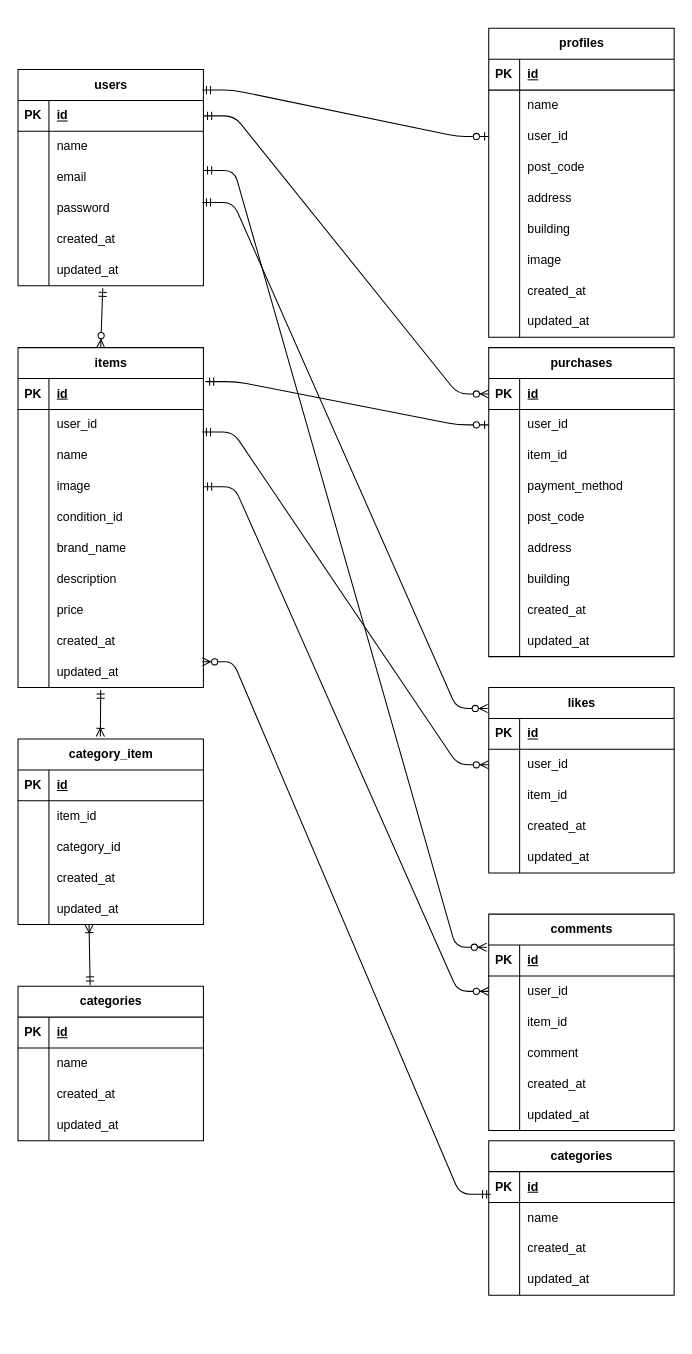
Earlier version of the draw.io diagram ER.dio (KenKen416/FreeMarketApp). Source tidied: cells renumbered, new cells numbered last; positions are measured from the earlier drawing's top-left corner, leaving out a move shared by most shapes. Both pictures are drawn from the tidied source at 103%, with x=0, y=0 at pixel (-215, 28).
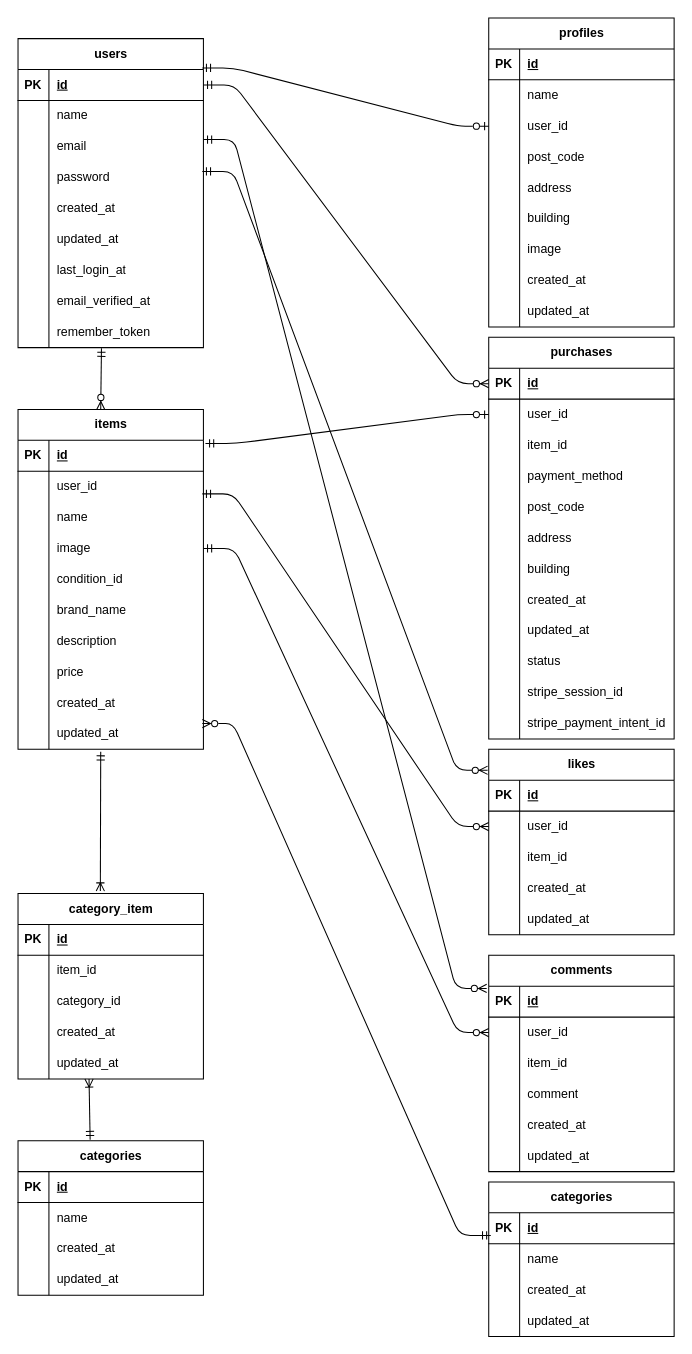
Above is the later version.

Unchanged cells that the change refers to:
```xml
<mxCell id="18" style="shape=tableRow;horizontal=0;startSize=0;swimlaneHead=0;swimlaneBody=0;fillColor=none;points=[[0,0.5],[1,0.5]];portConstraint=eastwest;top=0;left=0;right=0;bottom=0;" parent="2" vertex="1">
  <mxGeometry y="180" width="180" height="30" as="geometry" />
</mxCell>
```

The edit, as a diff of the source:
```diff
@@
     <mxCell id="2" value="users" style="shape=table;startSize=30;childLayout=tableLayout;rowLines=0;fontStyle=1;align=center;html=1;" parent="1" vertex="1">
-      <mxGeometry x="226" y="40" width="180" height="210" as="geometry" />
+      <mxGeometry x="226" y="10" width="180" height="300" as="geometry" />
     </mxCell>
@@
+    <mxCell id="196" style="shape=tableRow;horizontal=0;startSize=0;swimlaneHead=0;swimlaneBody=0;fillColor=none;top=0;left=0;right=0;bottom=0;" parent="2" vertex="1">
+      <mxGeometry y="210" width="180" height="30" as="geometry" />
+    </mxCell>
+    <mxCell id="197" style="shape=partialRectangle;fillColor=none;top=0;left=0;bottom=0;right=0;overflow=hidden;whiteSpace=wrap;html=1;" parent="196" vertex="1">
+      <mxGeometry width="30" height="30" as="geometry" />
+    </mxCell>
+    <mxCell id="198" value="last_login_at" style="shape=partialRectangle;fillColor=none;top=0;left=0;bottom=0;right=0;align=left;spacingLeft=6;overflow=hidden;whiteSpace=wrap;html=1;" parent="196" vertex="1">
+      <mxGeometry x="30" width="150" height="30" as="geometry" />
+    </mxCell>
+    <mxCell id="199" style="shape=tableRow;horizontal=0;startSize=0;swimlaneHead=0;swimlaneBody=0;fillColor=none;top=0;left=0;right=0;bottom=0;" parent="2" vertex="1">
+      <mxGeometry y="240" width="180" height="30" as="geometry" />
+    </mxCell>
+    <mxCell id="200" style="shape=partialRectangle;fillColor=none;top=0;left=0;bottom=0;right=0;overflow=hidden;whiteSpace=wrap;html=1;" parent="199" vertex="1">
+      <mxGeometry width="30" height="30" as="geometry" />
+    </mxCell>
+    <mxCell id="201" value="email_verified_at" style="shape=partialRectangle;fillColor=none;top=0;left=0;bottom=0;right=0;align=left;spacingLeft=6;overflow=hidden;whiteSpace=wrap;html=1;" parent="199" vertex="1">
+      <mxGeometry x="30" width="150" height="30" as="geometry" />
+    </mxCell>
+    <mxCell id="202" style="shape=tableRow;horizontal=0;startSize=0;swimlaneHead=0;swimlaneBody=0;fillColor=none;points=[[0,0.5],[1,0.5]];portConstraint=eastwest;top=0;left=0;right=0;bottom=0;" parent="2" vertex="1">
+      <mxGeometry y="270" width="180" height="30" as="geometry" />
+    </mxCell>
+    <mxCell id="203" style="shape=partialRectangle;fillColor=none;top=0;left=0;bottom=0;right=0;overflow=hidden;whiteSpace=wrap;html=1;" parent="202" vertex="1">
+      <mxGeometry width="30" height="30" as="geometry" />
+    </mxCell>
+    <mxCell id="204" value="remember_token" style="shape=partialRectangle;fillColor=none;top=0;left=0;bottom=0;right=0;align=left;spacingLeft=6;overflow=hidden;whiteSpace=wrap;html=1;" parent="202" vertex="1">
+      <mxGeometry x="30" width="150" height="30" as="geometry" />
+    </mxCell>
     <mxCell id="21" value="items" style="shape=table;startSize=30;childLayout=tableLayout;rowLines=0;fontStyle=1;align=center;html=1;" parent="1" vertex="1">
-      <mxGeometry x="226" y="310" width="180" height="330" as="geometry" />
+      <mxGeometry x="226" y="370" width="180" height="330" as="geometry" />
     </mxCell>
@@
     <mxCell id="52" value="purchases" style="shape=table;startSize=30;childLayout=tableLayout;rowLines=0;fontStyle=1;align=center;html=1;" parent="1" vertex="1">
-      <mxGeometry x="683" y="310" width="180" height="300" as="geometry" />
+      <mxGeometry x="683" y="300" width="180" height="390" as="geometry" />
     </mxCell>
@@
+    <mxCell id="205" style="shape=tableRow;horizontal=0;startSize=0;swimlaneHead=0;swimlaneBody=0;fillColor=none;top=0;left=0;right=0;bottom=0;" parent="52" vertex="1">
+      <mxGeometry y="300" width="180" height="30" as="geometry" />
+    </mxCell>
+    <mxCell id="206" style="shape=partialRectangle;fillColor=none;top=0;left=0;bottom=0;right=0;overflow=hidden;whiteSpace=wrap;html=1;" parent="205" vertex="1">
+      <mxGeometry width="30" height="30" as="geometry" />
+    </mxCell>
+    <mxCell id="207" value="status" style="shape=partialRectangle;fillColor=none;top=0;left=0;bottom=0;right=0;align=left;spacingLeft=6;overflow=hidden;whiteSpace=wrap;html=1;" parent="205" vertex="1">
+      <mxGeometry x="30" width="150" height="30" as="geometry" />
+    </mxCell>
+    <mxCell id="208" style="shape=tableRow;horizontal=0;startSize=0;swimlaneHead=0;swimlaneBody=0;fillColor=none;top=0;left=0;right=0;bottom=0;" parent="52" vertex="1">
+      <mxGeometry y="330" width="180" height="30" as="geometry" />
+    </mxCell>
+    <mxCell id="209" style="shape=partialRectangle;fillColor=none;top=0;left=0;bottom=0;right=0;overflow=hidden;whiteSpace=wrap;html=1;" parent="208" vertex="1">
+      <mxGeometry width="30" height="30" as="geometry" />
+    </mxCell>
+    <mxCell id="210" value="stripe_session_id" style="shape=partialRectangle;fillColor=none;top=0;left=0;bottom=0;right=0;align=left;spacingLeft=6;overflow=hidden;whiteSpace=wrap;html=1;" parent="208" vertex="1">
+      <mxGeometry x="30" width="150" height="30" as="geometry" />
+    </mxCell>
+    <mxCell id="211" style="shape=tableRow;horizontal=0;startSize=0;swimlaneHead=0;swimlaneBody=0;fillColor=none;top=0;left=0;right=0;bottom=0;" parent="52" vertex="1">
+      <mxGeometry y="360" width="180" height="30" as="geometry" />
+    </mxCell>
+    <mxCell id="212" style="shape=partialRectangle;fillColor=none;top=0;left=0;bottom=0;right=0;overflow=hidden;whiteSpace=wrap;html=1;" parent="211" vertex="1">
+      <mxGeometry width="30" height="30" as="geometry" />
+    </mxCell>
+    <mxCell id="213" value="stripe_payment_intent_id" style="shape=partialRectangle;fillColor=none;top=0;left=0;bottom=0;right=0;align=left;spacingLeft=6;overflow=hidden;whiteSpace=wrap;html=1;" parent="211" vertex="1">
+      <mxGeometry x="30" width="150" height="30" as="geometry" />
+    </mxCell>
     <mxCell id="80" value="likes" style="shape=table;startSize=30;childLayout=tableLayout;rowLines=0;fontStyle=1;align=center;html=1;" parent="1" vertex="1">
-      <mxGeometry x="683" y="640" width="180" height="180" as="geometry" />
+      <mxGeometry x="683" y="700" width="180" height="180" as="geometry" />
     </mxCell>
@@
     <mxCell id="96" value="comments" style="shape=table;startSize=30;childLayout=tableLayout;rowLines=0;fontStyle=1;align=center;html=1;" parent="1" vertex="1">
-      <mxGeometry x="683" y="860" width="180" height="210" as="geometry" />
+      <mxGeometry x="683" y="900" width="180" height="210" as="geometry" />
     </mxCell>
@@
-    <mxCell id="115" style="fontSize=12;html=1;endArrow=ERzeroToMany;startArrow=ERmandOne;entryX=0.446;entryY=0.001;entryDx=0;entryDy=0;exitX=0.457;exitY=1.078;exitDx=0;exitDy=0;exitPerimeter=0;entryPerimeter=0;" parent="1" edge="1" source="18" target="21">
+    <mxCell id="115" style="fontSize=12;html=1;endArrow=ERzeroToMany;startArrow=ERmandOne;entryX=0.446;entryY=0.001;entryDx=0;entryDy=0;exitX=0.45;exitY=1.017;exitDx=0;exitDy=0;exitPerimeter=0;entryPerimeter=0;" parent="1" edge="1" source="202" target="21">
       <mxGeometry relative="1" as="geometry" />
     </mxCell>
@@
     <mxCell id="122" value="categories" style="shape=table;startSize=30;childLayout=tableLayout;rowLines=0;fontStyle=1;align=center;html=1;" parent="1" vertex="1">
-      <mxGeometry x="226" y="930" width="180" height="150" as="geometry" />
+      <mxGeometry x="226" y="1080" width="180" height="150" as="geometry" />
     </mxCell>
@@
     <mxCell id="135" value="category_item" style="shape=table;startSize=30;childLayout=tableLayout;rowLines=0;fontStyle=1;align=center;html=1;" parent="1" vertex="1">
-      <mxGeometry x="226" y="690" width="180" height="180" as="geometry" />
+      <mxGeometry x="226" y="840" width="180" height="180" as="geometry" />
     </mxCell>
@@
     <mxCell id="153" value="profiles" style="shape=table;startSize=30;childLayout=tableLayout;rowLines=0;fontStyle=1;align=center;html=1;" parent="1" vertex="1">
-      <mxGeometry x="683" width="180" height="300" as="geometry" />
+      <mxGeometry x="683" y="-10" width="180" height="300" as="geometry" />
     </mxCell>
@@
     <mxCell id="182" value="categories" style="shape=table;startSize=30;childLayout=tableLayout;rowLines=0;fontStyle=1;align=center;html=1;" parent="1" vertex="1">
-      <mxGeometry x="683" y="1080" width="180" height="150" as="geometry" />
+      <mxGeometry x="683" y="1120" width="180" height="150" as="geometry" />
     </mxCell>
```
